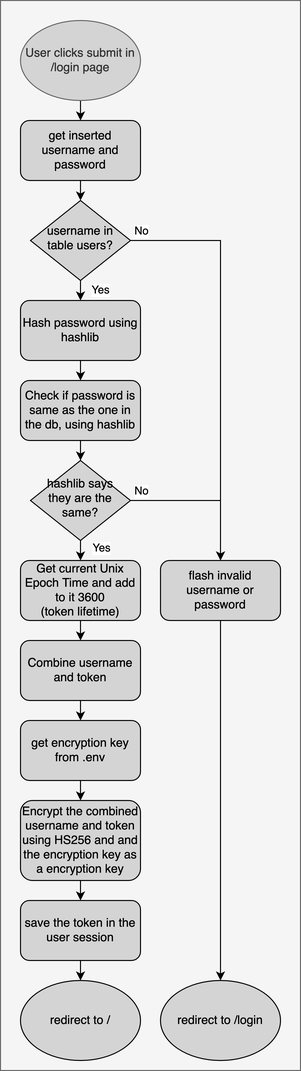
Earlier version of the draw.io export assets/documentation/flowchart_1.png (Alsa2/g4). Source tidied: cells renumbered, new cells last; positions are measured from the earlier drawing's top-left corner, leaving out a move shared by most shapes.
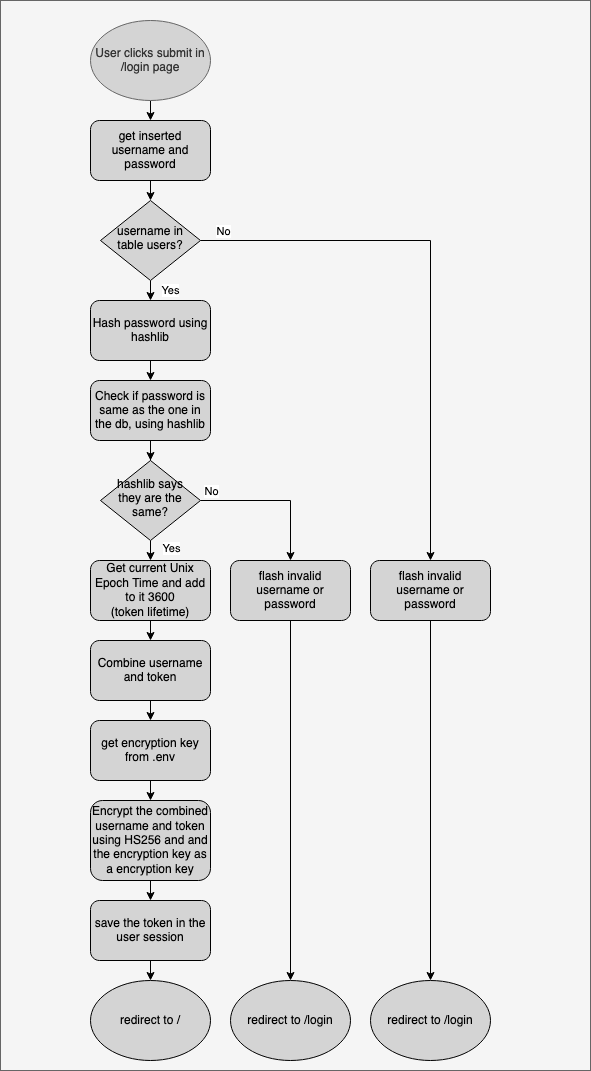
Above is the later version.

What changed in the source:
```diff
@@ -3,7 +3,7 @@
     <mxCell id="0" />
     <mxCell id="1" parent="0" />
     <mxCell id="2" style="rounded=0;whiteSpace=wrap;html=1;fillColor=#f5f5f5;fontColor=#333333;strokeColor=#666666;" parent="1" vertex="1">
-      <mxGeometry width="300" height="1070" as="geometry" />
+      <mxGeometry x="-70" width="590" height="1070" as="geometry" />
     </mxCell>
     <mxCell id="3" style="edgeStyle=orthogonalEdgeStyle;rounded=0;jettySize=auto;html=1;exitX=0.5;exitY=1;exitDx=0;exitDy=0;entryX=0.5;entryY=0;entryDx=0;entryDy=0;" parent="1" edge="1" source="4" target="10">
       <mxGeometry relative="1" as="geometry" />
@@ -14,7 +14,7 @@
     <mxCell id="5" value="Yes" style="edgeStyle=orthogonalEdgeStyle;rounded=0;jettySize=auto;html=1;exitX=0.5;exitY=1;exitDx=0;exitDy=0;entryX=0.5;entryY=0;entryDx=0;entryDy=0;" parent="1" edge="1" source="8" target="12">
       <mxGeometry y="20" relative="1" as="geometry" />
     </mxCell>
-    <mxCell id="6" style="edgeStyle=orthogonalEdgeStyle;rounded=0;jettySize=auto;html=1;exitX=1;exitY=0.5;exitDx=0;exitDy=0;" parent="1" edge="1" source="8" target="32">
+    <mxCell id="6" style="edgeStyle=orthogonalEdgeStyle;rounded=0;jettySize=auto;html=1;exitX=1;exitY=0.5;exitDx=0;exitDy=0;" parent="1" edge="1" source="8" target="35">
       <mxGeometry relative="1" as="geometry" />
     </mxCell>
     <mxCell id="7" value="No" style="edgeLabel;html=1;align=center;verticalAlign=middle;" parent="6" vertex="1">
@@ -104,5 +104,14 @@
     <mxCell id="33" value="redirect to /login" style="ellipse;whiteSpace=wrap;html=1;fillColor=#d4d4d4;" parent="1" vertex="1">
       <mxGeometry x="160" y="980" width="120" height="80" as="geometry" />
     </mxCell>
+    <mxCell id="34" style="edgeStyle=orthogonalEdgeStyle;rounded=0;jettySize=auto;html=1;exitX=0.5;exitY=1;exitDx=0;exitDy=0;entryX=0.5;entryY=0;entryDx=0;entryDy=0;" parent="1" edge="1" source="35" target="36">
+      <mxGeometry relative="1" as="geometry" />
+    </mxCell>
+    <mxCell id="35" value="flash invalid username or password" style="rounded=1;whiteSpace=wrap;html=1;fillColor=#d4d4d4;" parent="1" vertex="1">
+      <mxGeometry x="300" y="560" width="120" height="60" as="geometry" />
+    </mxCell>
+    <mxCell id="36" value="redirect to /login" style="ellipse;whiteSpace=wrap;html=1;fillColor=#d4d4d4;" parent="1" vertex="1">
+      <mxGeometry x="300" y="980" width="120" height="80" as="geometry" />
+    </mxCell>
   </root>
 </mxGraphModel>
```
